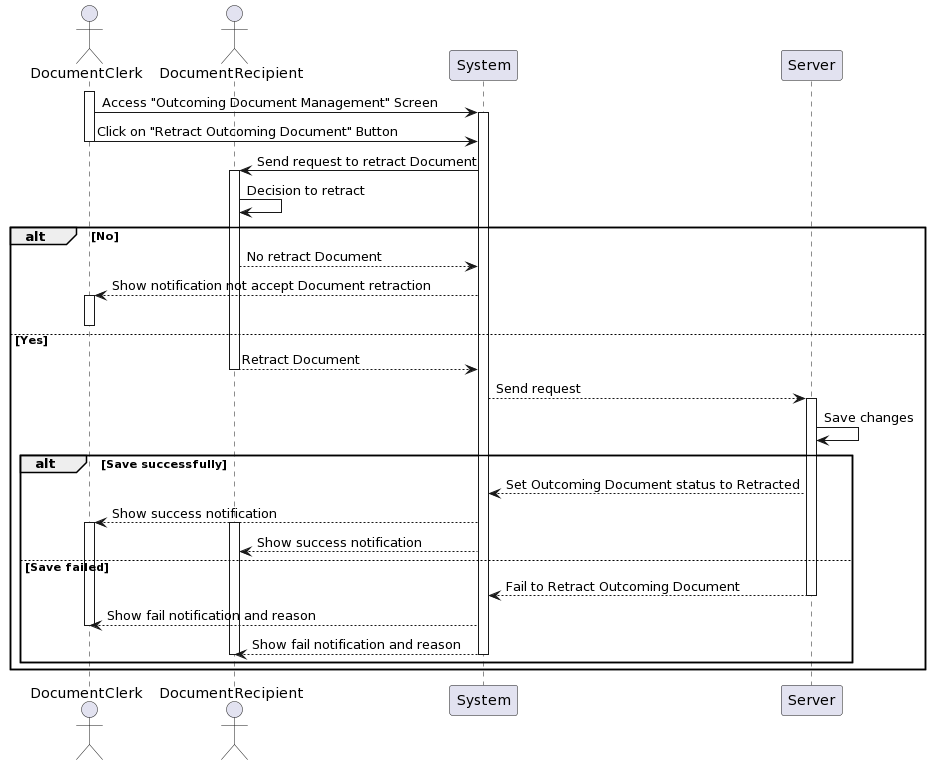
This is Lab1/Lab1.2/SequenceDiagram/OutcomingDocument/RetractOutcomingDocument/RetractOutcomingDocument_SequenceDiagram.png from khoapham1003/SE357-Pratice-class, a PlantUML export, as it was before one commit.
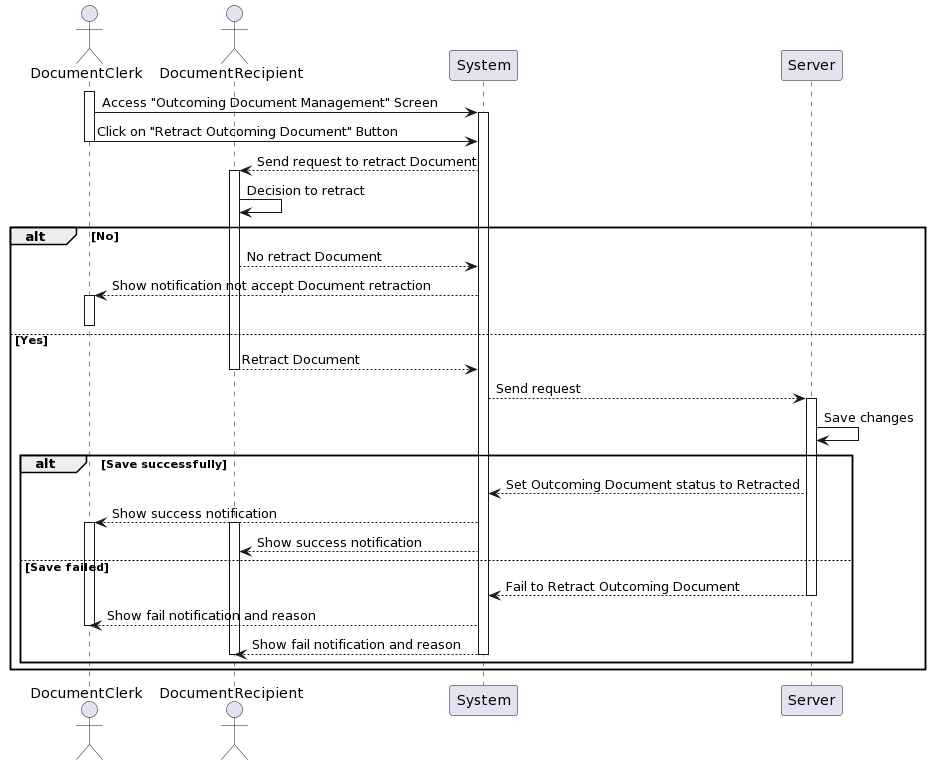
The same diagram one commit later.

Change to the diagram source:
```diff
@@ -9,7 +9,7 @@
 activate System
 User -> System: Click on "Retract Outcoming Document" Button
 deactivate User
-System -> Recipient: Send request to retract Document
+System --> Recipient: Send request to retract Document
 activate Recipient
 Recipient -> Recipient: Decision to retract
 alt No
```
